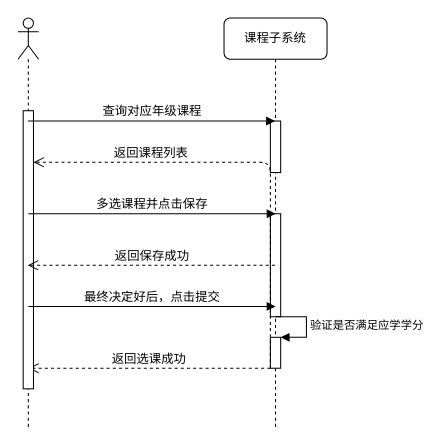
deanzz/blog keeps this draw.io diagram as 选课.drawio. Above is the earlier version. Source tidied: cells renumbered, new cells numbered last; positions are measured from the earlier drawing's top-left corner, leaving out a move shared by most shapes. Both pictures are drawn from the tidied source at 103%, with x=0, y=0 at pixel (18, 18).
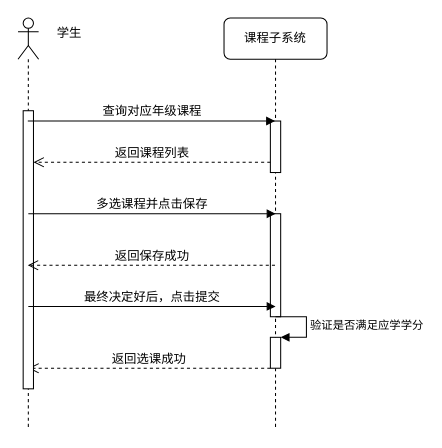
The same page after the edit.

The change refers to these unchanged cells:
```xml
<mxCell id="9" style="html=1;points=[];perimeter=orthogonalPerimeter;" parent="8" vertex="1">
  <mxGeometry x="5" y="90" width="10" height="270" as="geometry" />
</mxCell>
```

Change to the diagram source:
```diff
@@
     <mxCell id="12" value="返回课程列表" style="html=1;verticalAlign=bottom;endArrow=open;dashed=1;endSize=8;labelBackgroundColor=none;fontFamily=Verdana;fontSize=12;edgeStyle=elbowEdgeStyle;elbow=vertical;" parent="1" edge="1" target="9">
-      <mxGeometry x="0.47" relative="1" as="geometry">
-        <mxPoint x="245" y="340" as="sourcePoint" />
+      <mxGeometry relative="1" as="geometry">
+        <mxPoint x="245" y="140" as="sourcePoint" />
         <Array as="points">
           <mxPoint x="190" y="140" />
           <mxPoint x="190" y="130" />
           <mxPoint x="55.5" y="340" />
           <mxPoint x="185.5" y="340" />
           <mxPoint x="100.5" y="340" />
           <mxPoint x="130.5" y="340" />
         </Array>
       </mxGeometry>
     </mxCell>
@@
+    <mxCell id="15" value="学生" style="text;html=1;strokeColor=none;fillColor=none;align=center;verticalAlign=middle;whiteSpace=wrap;rounded=0;" parent="1" vertex="1">
+      <mxGeometry x="20" width="60" height="30" as="geometry" />
+    </mxCell>
```
